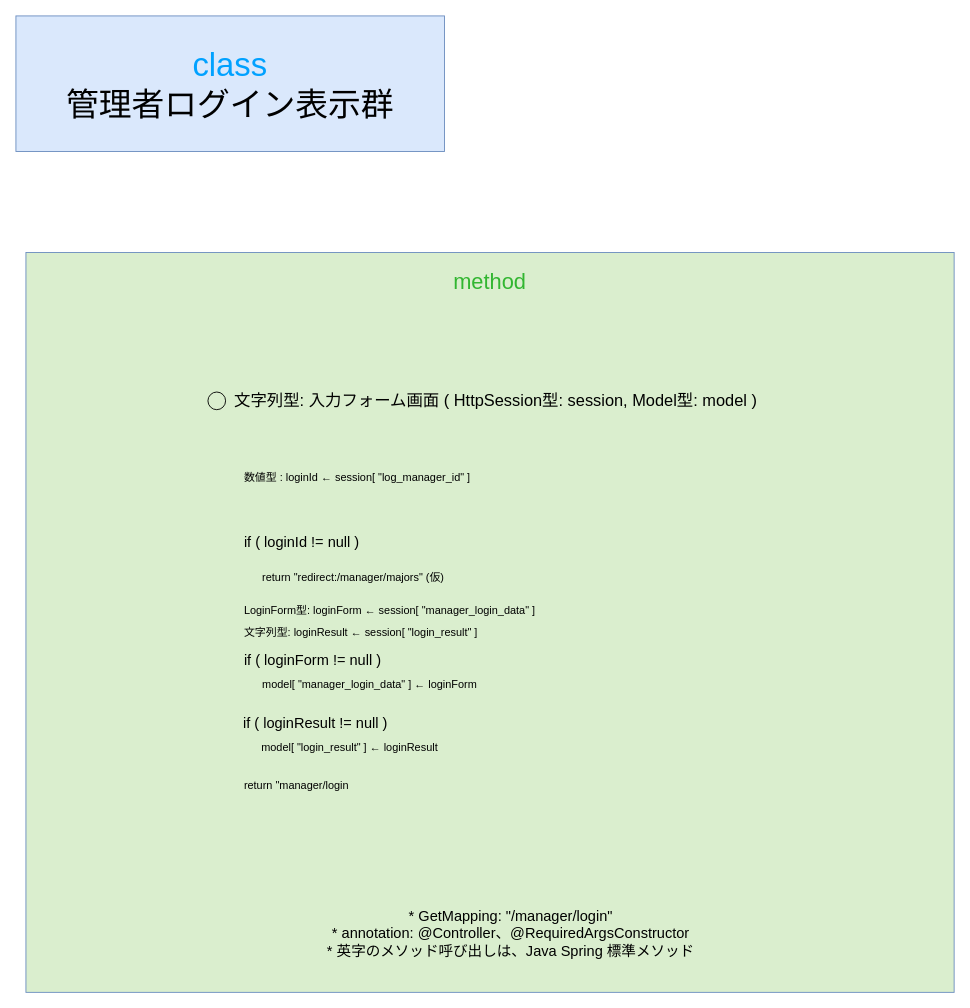
Before: gijigengo/controller/view/manager/seiseki_manage_sys controller_view_manager LoginViewControllerクラス 疑似言語.drawio in tro319/seiseki_manage_sys, a draw.io diagram. Source tidied: cells renumbered, new cells numbered last; positions are measured from the earlier drawing's top-left corner, leaving out a move shared by most shapes. Both pictures are drawn from the tidied source at 91%, with x=0, y=0 at pixel (15, 15).
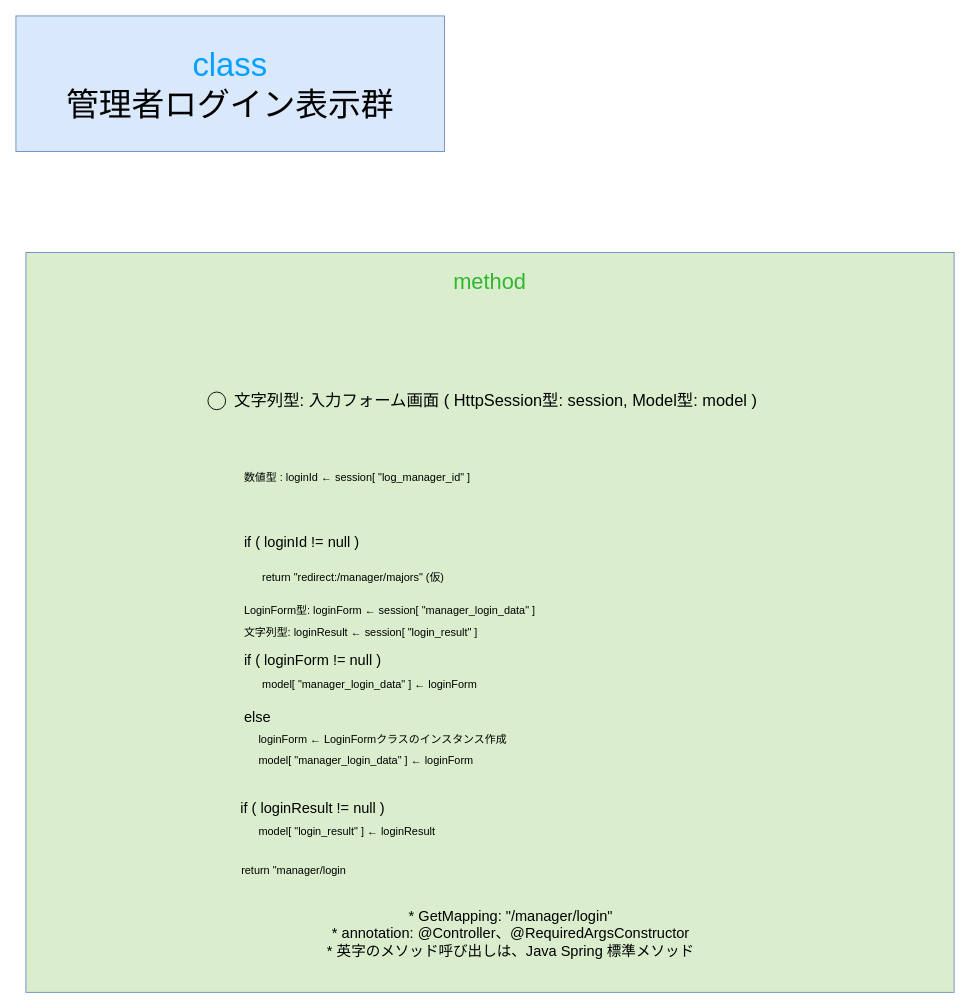
The same page after the edit.

Change to the diagram source:
```diff
@@
 <mxGraphModel>
   <root>
     <mxCell id="0" />
     <mxCell id="1" parent="0" />
     <mxCell id="2" value="&lt;div&gt;&lt;span style=&quot;color: rgb(0, 161, 255);&quot;&gt;class&lt;/span&gt;&lt;/div&gt;&lt;div&gt;管理者ログイン表示群&lt;/div&gt;" style="text;html=1;whiteSpace=wrap;strokeColor=#6c8ebf;fillColor=#dae8fc;align=center;verticalAlign=middle;rounded=0;fontSize=36;" parent="1" vertex="1">
       <mxGeometry width="471" height="149" as="geometry" />
     </mxCell>
     <mxCell id="3" value="&lt;div&gt;&lt;font style=&quot;font-size: 24px;&quot;&gt;&lt;span style=&quot;color: rgb(50, 182, 49);&quot;&gt;&lt;span style=&quot;&quot;&gt;&lt;span style=&quot;&quot;&gt;&lt;span&gt;method&lt;/span&gt;&lt;/span&gt;&lt;/span&gt;&lt;/span&gt;&lt;/font&gt;&lt;/div&gt;&lt;div&gt;&lt;font style=&quot;font-size: 24px;&quot;&gt;&lt;span style=&quot;color: rgba(0, 0, 0, 0);&quot;&gt;&lt;span style=&quot;color: rgba(0, 0, 0, 0);&quot;&gt;&lt;span style=&quot;&quot;&gt;&lt;span style=&quot;&quot;&gt;&lt;br&gt;&lt;/span&gt;&lt;/span&gt;&lt;/span&gt;&lt;/span&gt;&lt;/font&gt;&lt;/div&gt;" style="text;html=1;whiteSpace=wrap;strokeColor=#6c8ebf;fillColor=light-dark(#daeece, #214210);align=center;verticalAlign=top;rounded=0;fontSize=36;fontColor=#00A1FF;" parent="1" vertex="1">
       <mxGeometry x="11" y="260" width="1020" height="813" as="geometry" />
     </mxCell>
     <mxCell id="4" value="&lt;div&gt;&lt;span style=&quot;color: rgb(0, 0, 0);&quot;&gt;&lt;font&gt;数値型 : loginId ←&amp;nbsp;&lt;/font&gt;&lt;/span&gt;&lt;span style=&quot;color: rgb(0, 0, 0);&quot;&gt;&lt;font&gt;session[ &quot;log_manager_id&quot; ]&lt;/font&gt;&lt;/span&gt;&lt;/div&gt;" style="text;html=1;whiteSpace=wrap;strokeColor=none;fillColor=none;align=left;verticalAlign=middle;rounded=0;fontSize=12;" parent="1" vertex="1">
       <mxGeometry x="249" y="493" width="590" height="30" as="geometry" />
     </mxCell>
     <mxCell id="5" value="&lt;div&gt;&lt;span&gt;&lt;span&gt;&lt;span style=&quot;color: rgb(0, 0, 0);&quot;&gt;&lt;font style=&quot;font-size: 16px;&quot;&gt;* GetMapping: &quot;&lt;/font&gt;&lt;/span&gt;&lt;/span&gt;&lt;/span&gt;&lt;font style=&quot;font-size: 16px;&quot;&gt;/manager/login&lt;/font&gt;&lt;span&gt;&lt;span&gt;&lt;span style=&quot;color: rgb(0, 0, 0);&quot;&gt;&lt;font style=&quot;font-size: 16px;&quot;&gt;&quot;&lt;/font&gt;&lt;/span&gt;&lt;/span&gt;&lt;/span&gt;&lt;/div&gt;&lt;div&gt;&lt;span&gt;&lt;span&gt;&lt;span style=&quot;color: rgb(0, 0, 0);&quot;&gt;&lt;font style=&quot;font-size: 16px;&quot;&gt;* annotation: &lt;/font&gt;&lt;font style=&quot;font-size: 16px;&quot;&gt;@Controller&lt;/font&gt;&lt;font style=&quot;font-size: 16px;&quot;&gt;、@RequiredArgsConstructor&lt;/font&gt;&lt;/span&gt;&lt;/span&gt;&lt;/span&gt;&lt;/div&gt;&lt;div&gt;&lt;span&gt;&lt;span&gt;&lt;span style=&quot;color: rgb(0, 0, 0);&quot;&gt;&lt;font style=&quot;font-size: 16px;&quot;&gt;* 英字のメソッド呼び出しは、Java Spring 標準メソッド&lt;/font&gt;&lt;/span&gt;&lt;/span&gt;&lt;/span&gt;&lt;/div&gt;" style="text;html=1;whiteSpace=wrap;strokeColor=none;fillColor=none;align=center;verticalAlign=middle;rounded=0;" parent="1" vertex="1">
       <mxGeometry x="249" y="993" width="590" height="30" as="geometry" />
     </mxCell>
     <mxCell id="6" value="&lt;div align=&quot;left&quot;&gt;&lt;span style=&quot;color: rgb(0, 0, 0);&quot;&gt;&lt;font style=&quot;font-size: 16px;&quot;&gt;if ( loginId != null )&amp;nbsp;&lt;/font&gt;&lt;/span&gt;&lt;/div&gt;" style="text;html=1;whiteSpace=wrap;strokeColor=none;fillColor=none;align=left;verticalAlign=middle;rounded=0;" parent="1" vertex="1">
       <mxGeometry x="249" y="563" width="590" height="30" as="geometry" />
     </mxCell>
     <mxCell id="7" value="LoginForm型: loginForm ← session[ &quot;manager_login_data&quot; ]" style="text;html=1;whiteSpace=wrap;strokeColor=none;fillColor=none;align=left;verticalAlign=middle;rounded=0;" parent="1" vertex="1">
       <mxGeometry x="249" y="639" width="590" height="30" as="geometry" />
     </mxCell>
     <mxCell id="8" value="return &quot;redirect:/manager/majors&quot; (仮)" style="text;html=1;whiteSpace=wrap;strokeColor=none;fillColor=none;align=left;verticalAlign=middle;rounded=0;" parent="1" vertex="1">
       <mxGeometry x="269" y="603" width="590" height="30" as="geometry" />
     </mxCell>
     <mxCell id="9" value="&lt;font style=&quot;font-size: 18px;&quot;&gt;&lt;span&gt;&lt;span&gt;&lt;span style=&quot;color: rgb(0, 0, 0);&quot;&gt;&lt;font&gt;文字列型: 入力フォーム画面 ( HttpSession型: session, Model型: model )&lt;/font&gt;&lt;/span&gt;&lt;/span&gt;&lt;/span&gt;&lt;/font&gt;" style="whiteSpace=wrap;html=1;fillColor=none;labelBorderColor=none;strokeColor=none;" parent="1" vertex="1">
       <mxGeometry x="24" y="408" width="1007.1" height="30" as="geometry" />
     </mxCell>
     <mxCell id="10" value="&amp;nbsp; &amp;nbsp; &amp;nbsp; &amp;nbsp; &amp;nbsp; &amp;nbsp; &amp;nbsp;" style="ellipse;whiteSpace=wrap;html=1;fillColor=none;" parent="1" vertex="1">
       <mxGeometry x="211" y="413.3" width="19.4" height="19.4" as="geometry" />
     </mxCell>
     <mxCell id="11" value="&lt;div align=&quot;left&quot;&gt;&lt;span style=&quot;color: rgb(0, 0, 0);&quot;&gt;&lt;font style=&quot;font-size: 16px;&quot;&gt;if ( loginForm != null )&amp;nbsp;&lt;/font&gt;&lt;/span&gt;&lt;/div&gt;" style="text;html=1;whiteSpace=wrap;strokeColor=none;fillColor=none;align=left;verticalAlign=middle;rounded=0;" parent="1" vertex="1">
       <mxGeometry x="249" y="693" width="590" height="30" as="geometry" />
     </mxCell>
     <mxCell id="12" value="model[ &quot;manager_login_data&quot; ] ← loginForm" style="text;html=1;whiteSpace=wrap;strokeColor=none;fillColor=none;align=left;verticalAlign=middle;rounded=0;" parent="1" vertex="1">
       <mxGeometry x="269" y="720" width="590" height="30" as="geometry" />
     </mxCell>
     <mxCell id="13" value="return &quot;manager/login" style="text;html=1;whiteSpace=wrap;strokeColor=none;fillColor=none;align=left;verticalAlign=middle;rounded=0;" parent="1" vertex="1">
-      <mxGeometry x="249" y="831" width="590" height="30" as="geometry" />
+      <mxGeometry x="246" y="924" width="590" height="30" as="geometry" />
     </mxCell>
     <mxCell id="14" value="文字列型: loginResult ← session[ &quot;login_result&quot; ]" style="text;html=1;whiteSpace=wrap;strokeColor=none;fillColor=none;align=left;verticalAlign=middle;rounded=0;" parent="1" vertex="1">
       <mxGeometry x="249" y="663" width="590" height="30" as="geometry" />
     </mxCell>
     <mxCell id="15" value="&lt;div align=&quot;left&quot;&gt;&lt;span style=&quot;color: rgb(0, 0, 0);&quot;&gt;&lt;font style=&quot;font-size: 16px;&quot;&gt;if ( loginResult != null )&amp;nbsp;&lt;/font&gt;&lt;/span&gt;&lt;/div&gt;" style="text;html=1;whiteSpace=wrap;strokeColor=none;fillColor=none;align=left;verticalAlign=middle;rounded=0;" parent="1" vertex="1">
-      <mxGeometry x="248" y="762" width="590" height="30" as="geometry" />
+      <mxGeometry x="245" y="855" width="590" height="30" as="geometry" />
     </mxCell>
     <mxCell id="16" value="model[ &quot;login_result&quot; ] ← loginResult" style="text;html=1;whiteSpace=wrap;strokeColor=none;fillColor=none;align=left;verticalAlign=middle;rounded=0;" parent="1" vertex="1">
-      <mxGeometry x="268" y="789" width="590" height="30" as="geometry" />
+      <mxGeometry x="265" y="882" width="590" height="30" as="geometry" />
     </mxCell>
+    <mxCell id="17" value="&lt;font style=&quot;font-size: 16px;&quot;&gt;else&lt;/font&gt;" style="text;html=1;whiteSpace=wrap;strokeColor=none;fillColor=none;align=left;verticalAlign=middle;rounded=0;" parent="1" vertex="1">
+      <mxGeometry x="249" y="755" width="590" height="30" as="geometry" />
+    </mxCell>
+    <mxCell id="18" value="model[ &quot;manager_login_data&quot; ] ← loginForm" style="text;html=1;whiteSpace=wrap;strokeColor=none;fillColor=none;align=left;verticalAlign=middle;rounded=0;" parent="1" vertex="1">
+      <mxGeometry x="265" y="804" width="590" height="30" as="geometry" />
+    </mxCell>
+    <mxCell id="19" value="loginForm ← LoginFormクラスのインスタンス作成" style="text;html=1;whiteSpace=wrap;strokeColor=none;fillColor=none;align=left;verticalAlign=middle;rounded=0;" parent="1" vertex="1">
+      <mxGeometry x="265" y="781" width="590" height="30" as="geometry" />
+    </mxCell>
   </root>
 </mxGraphModel>
```
